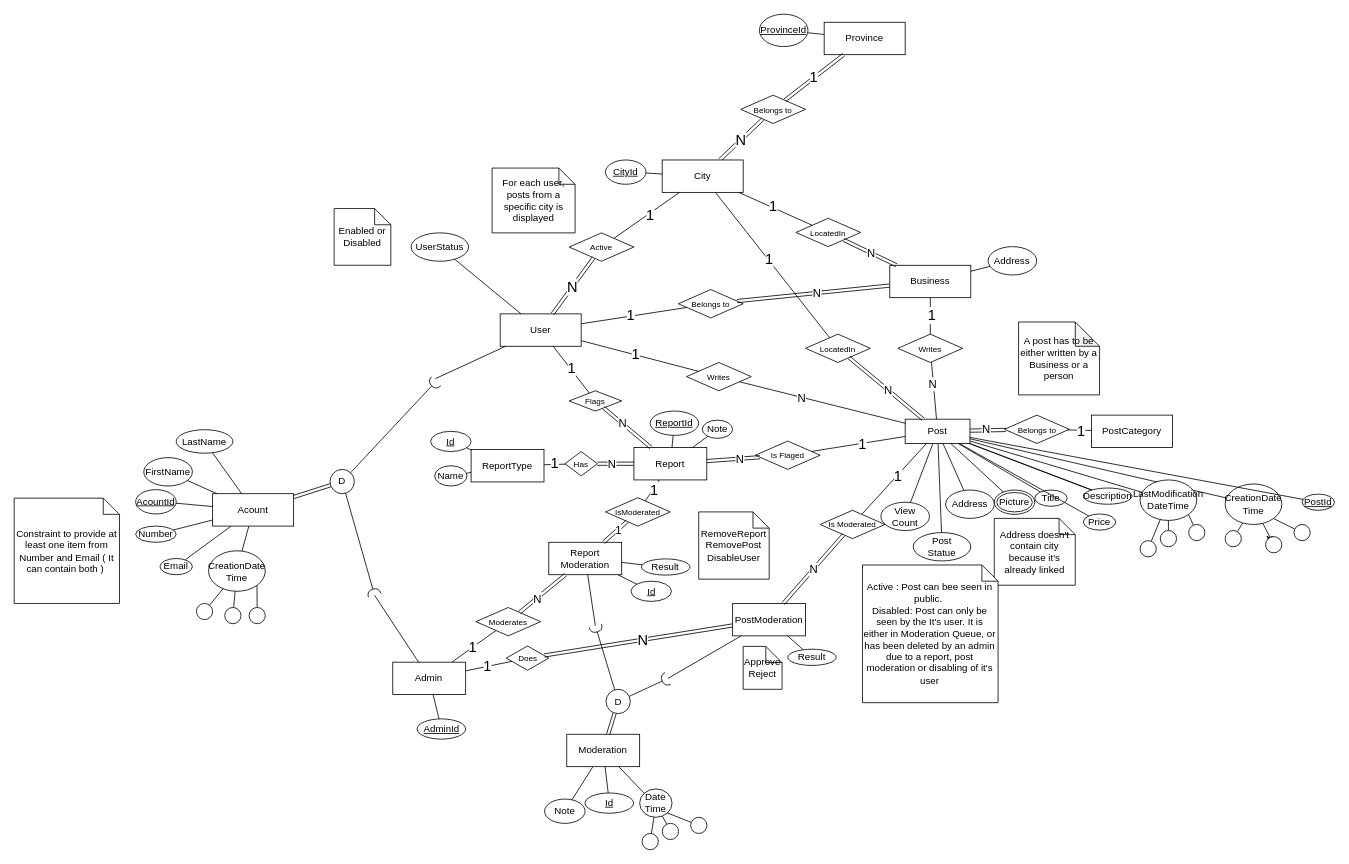
Before: Project.drawio in khebrati/HamsellDatabase, a draw.io diagram. Source tidied: cells renumbered, new cells numbered last; positions are measured from the earlier drawing's top-left corner, leaving out a move shared by most shapes. Both pictures are drawn from the tidied source at 81%, with x=0, y=0 at pixel (14, 14).
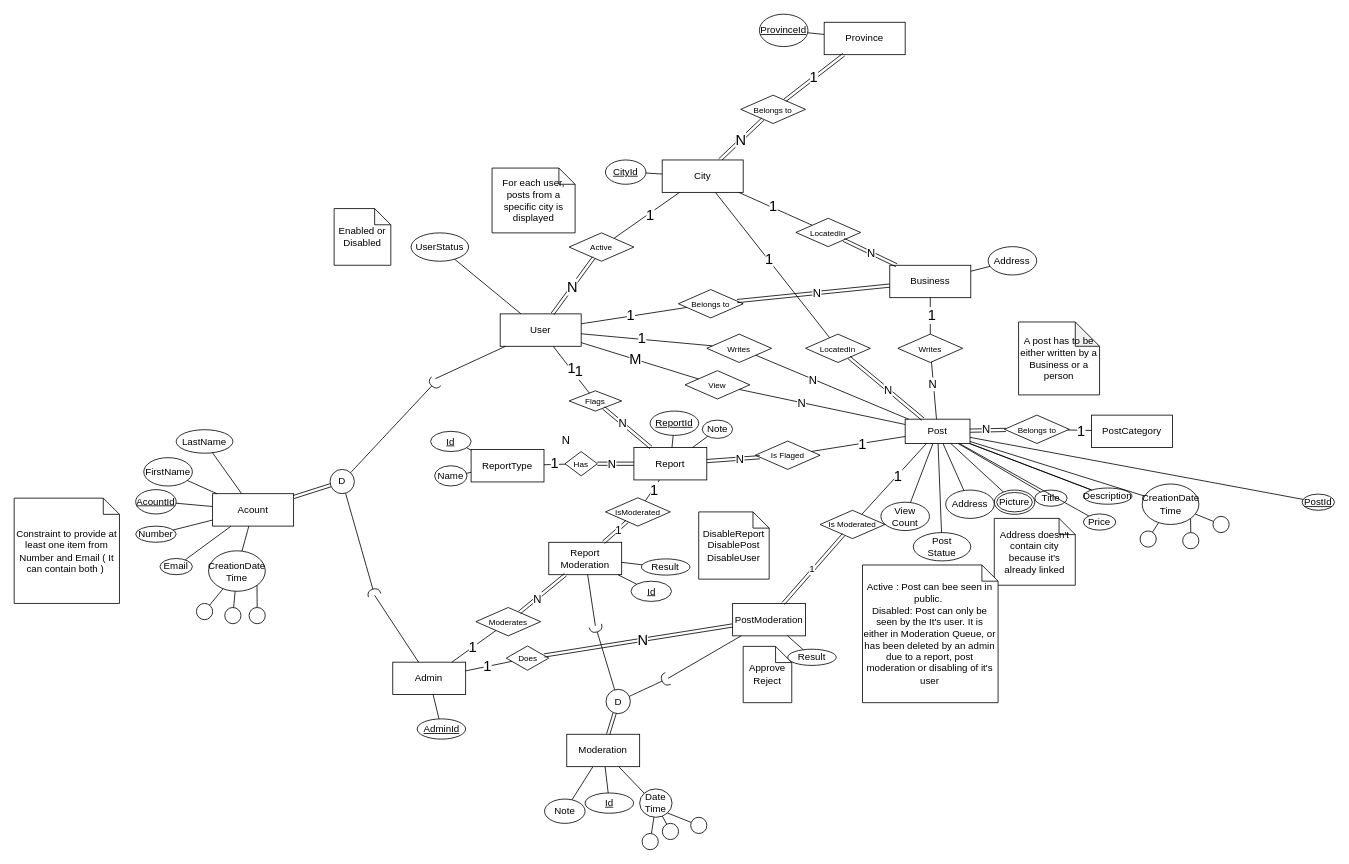
After the change.

The change refers to these unchanged cells:
```xml
<mxCell id="2" value="User" style="whiteSpace=wrap;html=1;align=center;" parent="1" vertex="1">
  <mxGeometry x="600" y="370" width="100" height="40" as="geometry" />
</mxCell>
<mxCell id="5" value="Post" style="whiteSpace=wrap;html=1;align=center;" parent="1" vertex="1">
  <mxGeometry x="1100" y="500" width="80" height="30" as="geometry" />
</mxCell>
<mxCell id="97" value="PostModeration" style="whiteSpace=wrap;html=1;align=center;" parent="1" vertex="1">
  <mxGeometry x="887" y="727.5" width="90" height="40" as="geometry" />
</mxCell>
<mxCell id="104" value="&lt;font style=&quot;font-size: 10px;&quot;&gt;Is Moderated&lt;/font&gt;" style="shape=rhombus;perimeter=rhombusPerimeter;whiteSpace=wrap;html=1;align=center;" parent="1" vertex="1">
  <mxGeometry x="995" y="612.5" width="80" height="35" as="geometry" />
</mxCell>
```

The edit, as a diff of the source:
```diff
@@
     <mxCell id="7" value="CreationDate&lt;div&gt;Time&lt;/div&gt;" style="ellipse;whiteSpace=wrap;html=1;align=center;" parent="1" vertex="1">
-      <mxGeometry x="1495" y="580" width="70" height="50" as="geometry" />
+      <mxGeometry x="1392.6" y="580" width="70" height="50" as="geometry" />
     </mxCell>
@@
     <mxCell id="33" style="ellipse;whiteSpace=wrap;html=1;" parent="1" vertex="1">
-      <mxGeometry x="1495" y="637.5" width="20" height="20" as="geometry" />
+      <mxGeometry x="1390" y="638" width="20" height="20" as="geometry" />
     </mxCell>
-    <mxCell id="34" style="edgeStyle=orthogonalEdgeStyle;rounded=0;jettySize=auto;html=1;exitX=1;exitY=0;exitDx=0;exitDy=0;" parent="1" edge="1" source="35">
-      <mxGeometry relative="1" as="geometry">
-        <mxPoint x="1550" y="652.7" as="targetPoint" />
-      </mxGeometry>
-    </mxCell>
     <mxCell id="35" style="ellipse;whiteSpace=wrap;html=1;" parent="1" vertex="1">
-      <mxGeometry x="1545" y="645" width="20" height="20" as="geometry" />
+      <mxGeometry x="1480" y="620" width="20" height="20" as="geometry" />
     </mxCell>
     <mxCell id="36" style="ellipse;whiteSpace=wrap;html=1;" parent="1" vertex="1">
-      <mxGeometry x="1580" y="630" width="20" height="20" as="geometry" />
+      <mxGeometry x="1442.6" y="640" width="20" height="20" as="geometry" />
     </mxCell>
@@
     <mxCell id="67" value="&lt;font style=&quot;font-size: 10px;&quot;&gt;Writes&lt;/font&gt;" style="shape=rhombus;perimeter=rhombusPerimeter;whiteSpace=wrap;html=1;align=center;" parent="1" vertex="1">
-      <mxGeometry x="830" y="430" width="80" height="35" as="geometry" />
+      <mxGeometry x="855.1" y="395" width="80" height="35" as="geometry" />
     </mxCell>
@@
-    <mxCell id="76" value="LastModification&lt;div&gt;DateTime&lt;/div&gt;" style="ellipse;whiteSpace=wrap;html=1;align=center;" parent="1" vertex="1">
-      <mxGeometry x="1390" y="575" width="70" height="50" as="geometry" />
-    </mxCell>
-    <mxCell id="77" style="endArrow=none;html=1;rounded=0;" parent="1" edge="1" source="76" target="80">
-      <mxGeometry relative="1" as="geometry" />
-    </mxCell>
-    <mxCell id="78" style="endArrow=none;html=1;rounded=0;" parent="1" edge="1" source="76" target="81">
-      <mxGeometry relative="1" as="geometry" />
-    </mxCell>
-    <mxCell id="79" style="endArrow=none;html=1;rounded=0;exitX=1;exitY=1;exitDx=0;exitDy=0;" parent="1" edge="1" source="76" target="82">
-      <mxGeometry relative="1" as="geometry" />
-    </mxCell>
-    <mxCell id="80" style="ellipse;whiteSpace=wrap;html=1;" parent="1" vertex="1">
-      <mxGeometry x="1415" y="637.5" width="20" height="20" as="geometry" />
-    </mxCell>
-    <mxCell id="81" style="ellipse;whiteSpace=wrap;html=1;" parent="1" vertex="1">
-      <mxGeometry x="1390" y="650" width="20" height="20" as="geometry" />
-    </mxCell>
-    <mxCell id="82" style="ellipse;whiteSpace=wrap;html=1;" parent="1" vertex="1">
-      <mxGeometry x="1450" y="630" width="20" height="20" as="geometry" />
-    </mxCell>
-    <mxCell id="83" style="endArrow=none;html=1;rounded=0;" parent="1" edge="1" source="5" target="76">
-      <mxGeometry relative="1" as="geometry" />
-    </mxCell>
@@
-    <mxCell id="98" value="RemoveReport&lt;div&gt;RemovePost&lt;/div&gt;&lt;div&gt;DisableUser&lt;/div&gt;" style="shape=note;size=20;whiteSpace=wrap;html=1;" parent="1" vertex="1">
+    <mxCell id="98" value="DisableReport&lt;div&gt;DisablePost&lt;/div&gt;&lt;div&gt;DisableUser&lt;/div&gt;" style="shape=note;size=20;whiteSpace=wrap;html=1;" parent="1" vertex="1">
       <mxGeometry x="845.1" y="614.5" width="87" height="83" as="geometry" />
     </mxCell>
@@
+    <mxCell id="217" value="Approve&lt;div&gt;Reject&lt;/div&gt;" style="shape=note;size=20;whiteSpace=wrap;html=1;" parent="1" vertex="1">
+      <mxGeometry x="900" y="780.5" width="60" height="69.5" as="geometry" />
+    </mxCell>
+    <mxCell id="218" style="html=1;whiteSpace=wrap;align=right;verticalAlign=bottom;" parent="1" vertex="1">
+      <mxGeometry x="1030.2" y="520.5" as="geometry">
+        <mxPoint x="-11" y="50" as="offset" />
+      </mxGeometry>
+    </mxCell>
+    <mxCell id="219" value="&lt;font style=&quot;font-size: 10px;&quot;&gt;View&lt;/font&gt;" style="shape=rhombus;perimeter=rhombusPerimeter;whiteSpace=wrap;html=1;align=center;" parent="1" vertex="1">
+      <mxGeometry x="828.2" y="440.1" width="80" height="35" as="geometry" />
+    </mxCell>
+    <mxCell id="220" value="&lt;font style=&quot;font-size: 18px;&quot;&gt;1&lt;/font&gt;" style="edgeLabel;html=1;align=center;verticalAlign=middle;" parent="1" vertex="1">
+      <mxGeometry x="696.4" y="440.1" as="geometry" />
+    </mxCell>
+    <mxCell id="221" value="&lt;font style=&quot;font-size: 14px;&quot;&gt;N&lt;/font&gt;" style="edgeLabel;html=1;align=center;verticalAlign=middle;" parent="1" vertex="1">
+      <mxGeometry x="680" y="525" as="geometry" />
+    </mxCell>
+    <mxCell id="222" style="endArrow=none;html=1;rounded=0;" parent="1" edge="1" source="5" target="219">
+      <mxGeometry relative="1" as="geometry" />
+    </mxCell>
+    <mxCell id="223" value="&lt;font style=&quot;font-size: 14px;&quot;&gt;N&lt;/font&gt;" style="edgeLabel;html=1;align=center;verticalAlign=middle;" parent="222" vertex="1">
+      <mxGeometry x="0.25" y="1" relative="1" as="geometry" />
+    </mxCell>
+    <mxCell id="224" style="endArrow=none;html=1;rounded=0;" parent="1" edge="1" source="219" target="2">
+      <mxGeometry relative="1" as="geometry" />
+    </mxCell>
+    <mxCell id="225" value="&lt;font style=&quot;font-size: 18px;&quot;&gt;M&lt;/font&gt;" style="edgeLabel;html=1;align=center;verticalAlign=middle;" parent="224" vertex="1">
+      <mxGeometry x="0.08" y="-1" relative="1" as="geometry" />
+    </mxCell>
-    <mxCell id="215" style="shape=link;html=1;rounded=0;" parent="1" edge="1" source="97" target="104">
+    <mxCell id="215" style="shape=link;html=1;rounded=0;fontSize=12;startSize=8;endSize=8;curved=1;" parent="1" edge="1" source="97" target="104">
       <mxGeometry relative="1" as="geometry" />
     </mxCell>
-    <mxCell id="216" value="&lt;font style=&quot;font-size: 14px;&quot;&gt;N&lt;/font&gt;" style="edgeLabel;html=1;align=center;verticalAlign=middle;" parent="215" vertex="1">
-      <mxGeometry relative="1" as="geometry" />
-    </mxCell>
-    <mxCell id="217" value="Approve&lt;div&gt;Reject&lt;/div&gt;" style="shape=note;size=20;whiteSpace=wrap;html=1;" parent="1" vertex="1">
-      <mxGeometry x="900" y="780.5" width="48" height="53" as="geometry" />
-    </mxCell>
+    <mxCell id="226" value="1" style="edgeLabel;html=1;align=center;verticalAlign=middle;fontSize=12;" parent="215" vertex="1">
+      <mxGeometry y="2" relative="1" as="geometry" />
+    </mxCell>
```
